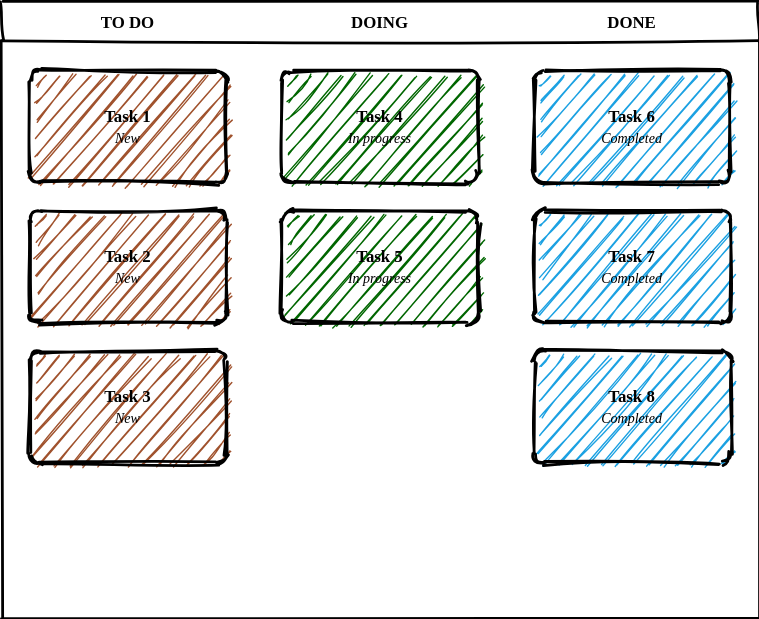
Earlier version of the draw.io export GitHubProjectStructure.svg (mark-comeau/TestDocs). Source tidied: cells renumbered, new cells last; positions are measured from the earlier drawing's top-left corner, leaving out a move shared by most shapes. Source of this version:
```xml
<mxGraphModel>
  <root>
    <mxCell id="0" />
    <mxCell id="1" parent="0" />
    <mxCell id="2" style="swimlane;fontStyle=2;horizontal=1;startSize=28;swimlaneFillColor=none;fontFamily=Permanent Marker;fontSize=16;verticalAlign=top;stackBorder=0;strokeWidth=2;sketch=1;disableMultiStroke=1;" parent="1" vertex="1">
      <mxGeometry width="540" height="440" as="geometry" />
    </mxCell>
    <mxCell id="3" value="TO DO" style="swimlane;strokeWidth=2;fontFamily=Permanent Marker;html=0;startSize=1;verticalAlign=bottom;spacingBottom=5;stackBorder=20;sketch=1;strokeColor=none;fillStyle=solid;fillColor=#A0522D;" parent="2" vertex="1">
      <mxGeometry y="28" width="180" height="412" as="geometry" />
    </mxCell>
    <object id="4" label="Task 1&lt;br&gt;&lt;span style=&quot;font-weight: normal&quot;&gt;&lt;i&gt;&lt;font style=&quot;font-size: 10px&quot;&gt;%status%&lt;/font&gt;&lt;/i&gt;&lt;/span&gt;" placeholders="1">
      <mxCell style="whiteSpace=wrap;html=1;strokeWidth=2;fillColor=swimlane;fontStyle=1;spacingTop=0;rounded=1;arcSize=9;sketch=1;fontFamily=Permanent Marker;hachureGap=8;fillWeight=1;" parent="3" vertex="1">
        <mxGeometry x="20" y="21" width="140" height="80" as="geometry" />
      </mxCell>
    </object>
    <object id="5" label="Task 2&lt;br&gt;&lt;span style=&quot;font-weight: normal&quot;&gt;&lt;i&gt;&lt;font style=&quot;font-size: 10px&quot;&gt;%status%&lt;/font&gt;&lt;/i&gt;&lt;/span&gt;" placeholders="1">
      <mxCell style="whiteSpace=wrap;html=1;strokeWidth=2;fillColor=swimlane;fontStyle=1;spacingTop=0;rounded=1;arcSize=9;sketch=1;fontFamily=Permanent Marker;hachureGap=8;fillWeight=1;" parent="3" vertex="1">
        <mxGeometry x="20" y="121" width="140" height="80" as="geometry" />
      </mxCell>
    </object>
    <object id="6" label="Task 3&lt;br&gt;&lt;span style=&quot;font-weight: normal&quot;&gt;&lt;i&gt;&lt;font style=&quot;font-size: 10px&quot;&gt;%status%&lt;/font&gt;&lt;/i&gt;&lt;/span&gt;" placeholders="1">
      <mxCell style="whiteSpace=wrap;html=1;strokeWidth=2;fillColor=swimlane;fontStyle=1;spacingTop=0;rounded=1;arcSize=9;sketch=1;fontFamily=Permanent Marker;hachureGap=8;fillWeight=1;" parent="3" vertex="1">
        <mxGeometry x="20" y="221" width="140" height="80" as="geometry" />
      </mxCell>
    </object>
    <mxCell id="7" value="DOING" style="swimlane;strokeWidth=2;fontFamily=Permanent Marker;html=0;startSize=1;verticalAlign=bottom;spacingBottom=5;stackBorder=20;sketch=1;strokeColor=none;fillStyle=solid;fillColor=#006600;" parent="2" vertex="1">
      <mxGeometry x="180" y="28" width="180" height="412" as="geometry" />
    </mxCell>
    <object id="8" label="Task 4&lt;br&gt;&lt;span style=&quot;font-weight: normal&quot;&gt;&lt;i&gt;&lt;font style=&quot;font-size: 10px&quot;&gt;%status%&lt;/font&gt;&lt;/i&gt;&lt;/span&gt;" placeholders="1">
      <mxCell style="whiteSpace=wrap;html=1;strokeWidth=2;fillColor=swimlane;fontStyle=1;spacingTop=0;rounded=1;arcSize=9;sketch=1;fontFamily=Permanent Marker;hachureGap=8;fillWeight=1;" parent="7" vertex="1">
        <mxGeometry x="20" y="21" width="140" height="80" as="geometry" />
      </mxCell>
    </object>
    <object id="9" label="Task 5&lt;br&gt;&lt;span style=&quot;font-weight: normal&quot;&gt;&lt;i&gt;&lt;font style=&quot;font-size: 10px&quot;&gt;%status%&lt;/font&gt;&lt;/i&gt;&lt;/span&gt;" placeholders="1">
      <mxCell style="whiteSpace=wrap;html=1;strokeWidth=2;fillColor=swimlane;fontStyle=1;spacingTop=0;rounded=1;arcSize=9;sketch=1;fontFamily=Permanent Marker;hachureGap=8;fillWeight=1;" parent="7" vertex="1">
        <mxGeometry x="20" y="121" width="140" height="80" as="geometry" />
      </mxCell>
    </object>
    <mxCell id="10" value="DONE" style="swimlane;strokeWidth=2;fontFamily=Permanent Marker;html=0;startSize=1;verticalAlign=bottom;spacingBottom=5;stackBorder=20;sketch=1;strokeColor=none;fillStyle=solid;fillColor=#1BA1E2;" parent="2" vertex="1">
      <mxGeometry x="360" y="28" width="180" height="412" as="geometry" />
    </mxCell>
    <object id="11" label="Task 6&lt;br&gt;&lt;span style=&quot;font-weight: normal&quot;&gt;&lt;i&gt;&lt;font style=&quot;font-size: 10px&quot;&gt;%status%&lt;/font&gt;&lt;/i&gt;&lt;/span&gt;" placeholders="1">
      <mxCell style="whiteSpace=wrap;html=1;strokeWidth=2;fillColor=swimlane;fontStyle=1;spacingTop=0;rounded=1;arcSize=9;sketch=1;fontFamily=Permanent Marker;hachureGap=8;fillWeight=1;" parent="10" vertex="1">
        <mxGeometry x="20" y="21" width="140" height="80" as="geometry" />
      </mxCell>
    </object>
    <object id="12" label="Task 7&lt;br&gt;&lt;span style=&quot;font-weight: normal&quot;&gt;&lt;i&gt;&lt;font style=&quot;font-size: 10px&quot;&gt;%status%&lt;/font&gt;&lt;/i&gt;&lt;/span&gt;" placeholders="1">
      <mxCell style="whiteSpace=wrap;html=1;strokeWidth=2;fillColor=swimlane;fontStyle=1;spacingTop=0;rounded=1;arcSize=9;sketch=1;fontFamily=Permanent Marker;hachureGap=8;fillWeight=1;" parent="10" vertex="1">
        <mxGeometry x="20" y="121" width="140" height="80" as="geometry" />
      </mxCell>
    </object>
    <object id="13" label="Task 8&lt;br&gt;&lt;span style=&quot;font-weight: normal&quot;&gt;&lt;i&gt;&lt;font style=&quot;font-size: 10px&quot;&gt;%status%&lt;/font&gt;&lt;/i&gt;&lt;/span&gt;" placeholders="1">
      <mxCell style="whiteSpace=wrap;html=1;strokeWidth=2;fillColor=swimlane;fontStyle=1;spacingTop=0;rounded=1;arcSize=9;sketch=1;fontFamily=Permanent Marker;hachureGap=8;fillWeight=1;" parent="10" vertex="1">
        <mxGeometry x="20" y="221" width="140" height="80" as="geometry" />
      </mxCell>
    </object>
  </root>
</mxGraphModel>
```
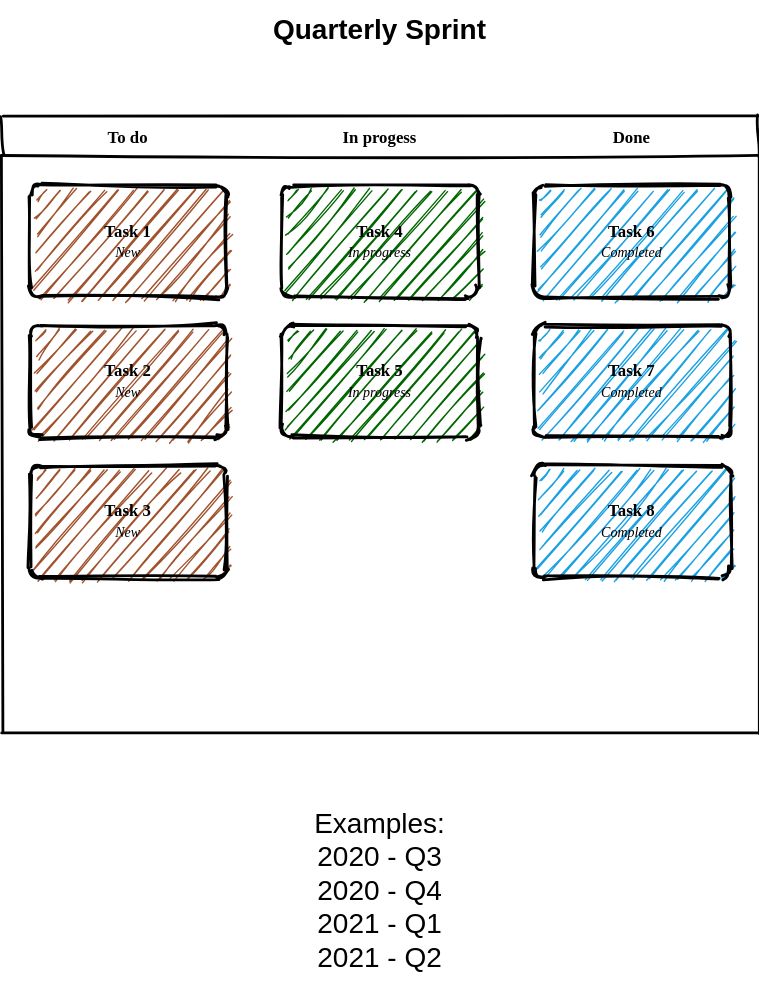
The same diagram one commit later.

Change to the diagram source:
```diff
@@ -5,7 +5,7 @@
     <mxCell id="2" style="swimlane;fontStyle=2;horizontal=1;startSize=28;swimlaneFillColor=none;fontFamily=Permanent Marker;fontSize=16;verticalAlign=top;stackBorder=0;strokeWidth=2;sketch=1;disableMultiStroke=1;" parent="1" vertex="1">
       <mxGeometry width="540" height="440" as="geometry" />
     </mxCell>
-    <mxCell id="3" value="TO DO" style="swimlane;strokeWidth=2;fontFamily=Permanent Marker;html=0;startSize=1;verticalAlign=bottom;spacingBottom=5;stackBorder=20;sketch=1;strokeColor=none;fillStyle=solid;fillColor=#A0522D;" parent="2" vertex="1">
+    <mxCell id="3" value="To do" style="swimlane;strokeWidth=2;fontFamily=Permanent Marker;html=0;startSize=1;verticalAlign=bottom;spacingBottom=5;stackBorder=20;sketch=1;strokeColor=none;fillStyle=solid;fillColor=#A0522D;" parent="2" vertex="1">
       <mxGeometry y="28" width="180" height="412" as="geometry" />
     </mxCell>
     <object id="4" label="Task 1&lt;br&gt;&lt;span style=&quot;font-weight: normal&quot;&gt;&lt;i&gt;&lt;font style=&quot;font-size: 10px&quot;&gt;%status%&lt;/font&gt;&lt;/i&gt;&lt;/span&gt;" placeholders="1">
@@ -23,7 +23,7 @@
         <mxGeometry x="20" y="221" width="140" height="80" as="geometry" />
       </mxCell>
     </object>
-    <mxCell id="7" value="DOING" style="swimlane;strokeWidth=2;fontFamily=Permanent Marker;html=0;startSize=1;verticalAlign=bottom;spacingBottom=5;stackBorder=20;sketch=1;strokeColor=none;fillStyle=solid;fillColor=#006600;" parent="2" vertex="1">
+    <mxCell id="7" value="In progess" style="swimlane;strokeWidth=2;fontFamily=Permanent Marker;html=0;startSize=1;verticalAlign=bottom;spacingBottom=5;stackBorder=20;sketch=1;strokeColor=none;fillStyle=solid;fillColor=#006600;" parent="2" vertex="1">
       <mxGeometry x="180" y="28" width="180" height="412" as="geometry" />
     </mxCell>
     <object id="8" label="Task 4&lt;br&gt;&lt;span style=&quot;font-weight: normal&quot;&gt;&lt;i&gt;&lt;font style=&quot;font-size: 10px&quot;&gt;%status%&lt;/font&gt;&lt;/i&gt;&lt;/span&gt;" placeholders="1">
@@ -36,7 +36,7 @@
         <mxGeometry x="20" y="121" width="140" height="80" as="geometry" />
       </mxCell>
     </object>
-    <mxCell id="10" value="DONE" style="swimlane;strokeWidth=2;fontFamily=Permanent Marker;html=0;startSize=1;verticalAlign=bottom;spacingBottom=5;stackBorder=20;sketch=1;strokeColor=none;fillStyle=solid;fillColor=#1BA1E2;" parent="2" vertex="1">
+    <mxCell id="10" value="Done" style="swimlane;strokeWidth=2;fontFamily=Permanent Marker;html=0;startSize=1;verticalAlign=bottom;spacingBottom=5;stackBorder=20;sketch=1;strokeColor=none;fillStyle=solid;fillColor=#1BA1E2;" parent="2" vertex="1">
       <mxGeometry x="360" y="28" width="180" height="412" as="geometry" />
     </mxCell>
     <object id="11" label="Task 6&lt;br&gt;&lt;span style=&quot;font-weight: normal&quot;&gt;&lt;i&gt;&lt;font style=&quot;font-size: 10px&quot;&gt;%status%&lt;/font&gt;&lt;/i&gt;&lt;/span&gt;" placeholders="1">
@@ -54,5 +54,11 @@
         <mxGeometry x="20" y="221" width="140" height="80" as="geometry" />
       </mxCell>
     </object>
+    <mxCell id="14" value="&lt;font style=&quot;font-size: 20px;&quot;&gt;Quarterly Sprint&lt;/font&gt;" style="text;html=1;strokeColor=none;fillColor=none;align=center;verticalAlign=middle;whiteSpace=wrap;rounded=0;sketch=1;fontSize=20;fontStyle=1;" parent="1" vertex="1">
+      <mxGeometry x="170" y="-83" width="200" height="40" as="geometry" />
+    </mxCell>
+    <mxCell id="15" value="Examples:&lt;br&gt;2020 - Q3&lt;br&gt;2020 - Q4&lt;br&gt;2021 - Q1&lt;br&gt;2021 - Q2" style="text;html=1;strokeColor=none;fillColor=none;align=center;verticalAlign=middle;whiteSpace=wrap;rounded=0;sketch=1;fontSize=20;" parent="1" vertex="1">
+      <mxGeometry x="170" y="477" width="200" height="150" as="geometry" />
+    </mxCell>
   </root>
 </mxGraphModel>
```
